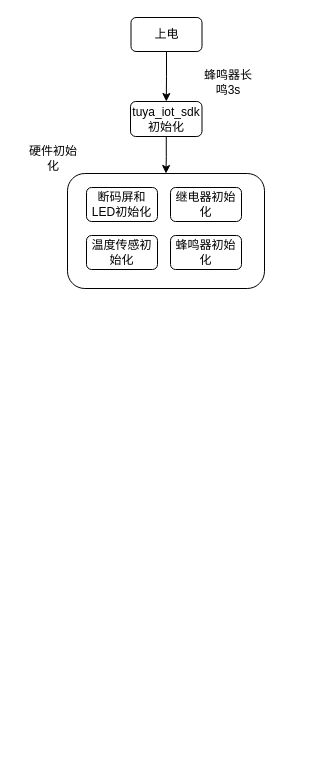
Before: heater_flow_v1.drawio in JeffYec/Jeff, a draw.io diagram. Source tidied: cells renumbered, new cells numbered last; positions are measured from the earlier drawing's top-left corner, leaving out a move shared by most shapes. Both pictures are drawn from the tidied source at 100%, with x=0, y=0 at pixel (23, 17).
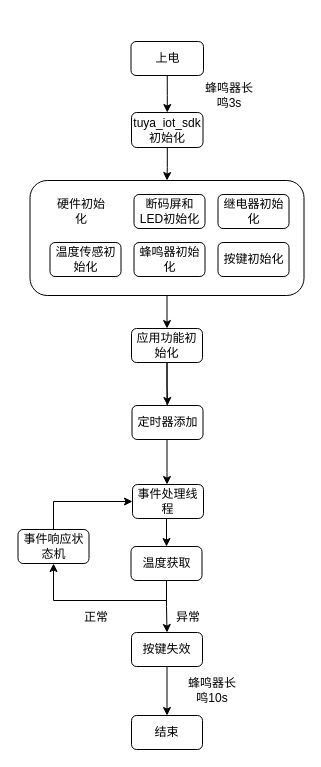
Above is the later version.

Diff of the diagram source:
```diff
@@
     <mxCell id="3" value="上电" style="rounded=1;whiteSpace=wrap;html=1;" parent="1" vertex="1">
-      <mxGeometry x="107.5" width="71" height="34" as="geometry" />
+      <mxGeometry x="107.5" y="24" width="72.5" height="34" as="geometry" />
     </mxCell>
     <mxCell id="4" value="继电器初始化" style="rounded=1;whiteSpace=wrap;html=1;" parent="1" vertex="1">
-      <mxGeometry x="147" y="170" width="71" height="34" as="geometry" />
+      <mxGeometry x="194.5" y="177" width="71" height="34" as="geometry" />
     </mxCell>
     <mxCell id="5" value="断码屏和LED初始化" style="rounded=1;whiteSpace=wrap;html=1;" parent="1" vertex="1">
-      <mxGeometry x="63" y="170" width="71" height="34" as="geometry" />
+      <mxGeometry x="110.5" y="177" width="71" height="34" as="geometry" />
     </mxCell>
     <mxCell id="6" value="温度传感初始化" style="rounded=1;whiteSpace=wrap;html=1;" parent="1" vertex="1">
-      <mxGeometry x="63" y="218" width="71" height="34" as="geometry" />
+      <mxGeometry x="26.5" y="225" width="71" height="34" as="geometry" />
     </mxCell>
     <mxCell id="7" value="蜂鸣器初始化" style="rounded=1;whiteSpace=wrap;html=1;" parent="1" vertex="1">
-      <mxGeometry x="147" y="218" width="71" height="34" as="geometry" />
+      <mxGeometry x="110.5" y="225" width="71" height="34" as="geometry" />
     </mxCell>
-    <mxCell id="8" style="edgeStyle=orthogonalEdgeStyle;rounded=0;jettySize=auto;html=1;exitX=0.5;exitY=1;exitDx=0;exitDy=0;" parent="1" edge="1" source="9" target="11">
+    <mxCell id="8" style="edgeStyle=orthogonalEdgeStyle;rounded=0;jettySize=auto;html=1;" parent="1" edge="1" source="9" target="11">
       <mxGeometry relative="1" as="geometry" />
     </mxCell>
     <mxCell id="9" value="tuya_iot_sdk初始化" style="rounded=1;whiteSpace=wrap;html=1;" parent="1" vertex="1">
-      <mxGeometry x="107" y="84" width="71.5" height="35" as="geometry" />
+      <mxGeometry x="108" y="95" width="71.5" height="35" as="geometry" />
     </mxCell>
     <mxCell id="10" value="硬件初始化" style="text;html=1;strokeColor=none;fillColor=none;align=center;verticalAlign=middle;whiteSpace=wrap;rounded=0;" parent="1" vertex="1">
-      <mxGeometry y="126" width="60" height="30" as="geometry" />
+      <mxGeometry x="28" y="179" width="60" height="30" as="geometry" />
     </mxCell>
+    <mxCell id="13" style="edgeStyle=orthogonalEdgeStyle;rounded=0;jettySize=auto;html=1;exitX=0.5;exitY=1;exitDx=0;exitDy=0;entryX=0.5;entryY=0;entryDx=0;entryDy=0;" parent="1" edge="1" source="11" target="17">
+      <mxGeometry relative="1" as="geometry" />
+    </mxCell>
     <mxCell id="11" style="rounded=1;whiteSpace=wrap;html=1;fillColor=none;" parent="1" vertex="1">
-      <mxGeometry x="44" y="156" width="197" height="115" as="geometry" />
+      <mxGeometry x="6.5" y="163" width="274" height="115" as="geometry" />
     </mxCell>
     <mxCell id="12" value="蜂鸣器长鸣3s" style="text;html=1;strokeColor=none;fillColor=none;align=center;verticalAlign=middle;whiteSpace=wrap;rounded=0;" parent="1" vertex="1">
-      <mxGeometry x="175" y="50" width="60" height="30" as="geometry" />
+      <mxGeometry x="176" y="63" width="60" height="30" as="geometry" />
     </mxCell>
+    <mxCell id="14" value="结束" style="rounded=1;whiteSpace=wrap;html=1;" parent="1" vertex="1">
+      <mxGeometry x="108" y="698" width="71" height="34" as="geometry" />
+    </mxCell>
+    <mxCell id="15" style="edgeStyle=orthogonalEdgeStyle;rounded=0;jettySize=auto;html=1;exitX=0.5;exitY=1;exitDx=0;exitDy=0;entryX=0.5;entryY=0;entryDx=0;entryDy=0;" parent="1" edge="1" source="17" target="18">
+      <mxGeometry relative="1" as="geometry" />
+    </mxCell>
+    <mxCell id="16" style="edgeStyle=orthogonalEdgeStyle;rounded=0;jettySize=auto;html=1;exitX=0.5;exitY=1;exitDx=0;exitDy=0;" parent="1" edge="1" source="17" target="20">
+      <mxGeometry relative="1" as="geometry">
+        <Array as="points">
+          <mxPoint x="143" y="455" />
+          <mxPoint x="143" y="455" />
+        </Array>
+      </mxGeometry>
+    </mxCell>
+    <mxCell id="17" value="应用功能初始化" style="rounded=1;whiteSpace=wrap;html=1;" parent="1" vertex="1">
+      <mxGeometry x="108" y="311" width="71" height="34" as="geometry" />
+    </mxCell>
+    <mxCell id="18" value="定时器添加" style="rounded=1;whiteSpace=wrap;html=1;" parent="1" vertex="1">
+      <mxGeometry x="108.5" y="388" width="71" height="34" as="geometry" />
+    </mxCell>
+    <mxCell id="19" style="edgeStyle=orthogonalEdgeStyle;rounded=0;jettySize=auto;html=1;exitX=0.5;exitY=1;exitDx=0;exitDy=0;entryX=0.5;entryY=0;entryDx=0;entryDy=0;" parent="1" edge="1" source="20" target="23">
+      <mxGeometry relative="1" as="geometry" />
+    </mxCell>
+    <mxCell id="20" value="事件处理线程" style="rounded=1;whiteSpace=wrap;html=1;" parent="1" vertex="1">
+      <mxGeometry x="109" y="467" width="71" height="34" as="geometry" />
+    </mxCell>
+    <mxCell id="21" style="edgeStyle=orthogonalEdgeStyle;rounded=0;jettySize=auto;html=1;exitX=0.5;exitY=1;exitDx=0;exitDy=0;entryX=0.5;entryY=1;entryDx=0;entryDy=0;" parent="1" edge="1" source="23" target="25">
+      <mxGeometry relative="1" as="geometry" />
+    </mxCell>
+    <mxCell id="22" style="edgeStyle=orthogonalEdgeStyle;rounded=0;jettySize=auto;html=1;exitX=0.5;exitY=1;exitDx=0;exitDy=0;" parent="1" edge="1" source="23" target="29">
+      <mxGeometry relative="1" as="geometry" />
+    </mxCell>
+    <mxCell id="23" value="温度获取" style="rounded=1;whiteSpace=wrap;html=1;" parent="1" vertex="1">
+      <mxGeometry x="107.5" y="529" width="71" height="34" as="geometry" />
+    </mxCell>
+    <mxCell id="24" style="edgeStyle=orthogonalEdgeStyle;rounded=0;jettySize=auto;html=1;exitX=0.5;exitY=0;exitDx=0;exitDy=0;entryX=0;entryY=0.5;entryDx=0;entryDy=0;" parent="1" edge="1" source="25" target="20">
+      <mxGeometry relative="1" as="geometry" />
+    </mxCell>
+    <mxCell id="25" value="事件响应状态机" style="rounded=1;whiteSpace=wrap;html=1;" parent="1" vertex="1">
+      <mxGeometry x="-5.5" y="512" width="71" height="34" as="geometry" />
+    </mxCell>
+    <mxCell id="26" value="异常" style="text;html=1;strokeColor=none;fillColor=none;align=center;verticalAlign=middle;whiteSpace=wrap;rounded=0;shadow=0;" parent="1" vertex="1">
+      <mxGeometry x="135" y="585" width="60" height="30" as="geometry" />
+    </mxCell>
+    <mxCell id="27" value="正常" style="text;html=1;strokeColor=none;fillColor=none;align=center;verticalAlign=middle;whiteSpace=wrap;rounded=0;shadow=0;" parent="1" vertex="1">
+      <mxGeometry x="43" y="585" width="60" height="30" as="geometry" />
+    </mxCell>
+    <mxCell id="28" style="edgeStyle=orthogonalEdgeStyle;rounded=0;jettySize=auto;html=1;exitX=0.5;exitY=1;exitDx=0;exitDy=0;entryX=0.5;entryY=0;entryDx=0;entryDy=0;" parent="1" edge="1" source="29" target="14">
+      <mxGeometry relative="1" as="geometry" />
+    </mxCell>
+    <mxCell id="29" value="按键失效" style="rounded=1;whiteSpace=wrap;html=1;" parent="1" vertex="1">
+      <mxGeometry x="108" y="615" width="71" height="34" as="geometry" />
+    </mxCell>
+    <mxCell id="30" value="蜂鸣器长鸣10s" style="text;html=1;strokeColor=none;fillColor=none;align=center;verticalAlign=middle;whiteSpace=wrap;rounded=0;shadow=0;" parent="1" vertex="1">
+      <mxGeometry x="159" y="658" width="60" height="30" as="geometry" />
+    </mxCell>
+    <mxCell id="31" value="按键初始化" style="rounded=1;whiteSpace=wrap;html=1;" parent="1" vertex="1">
+      <mxGeometry x="194.5" y="225" width="71" height="34" as="geometry" />
+    </mxCell>
```
